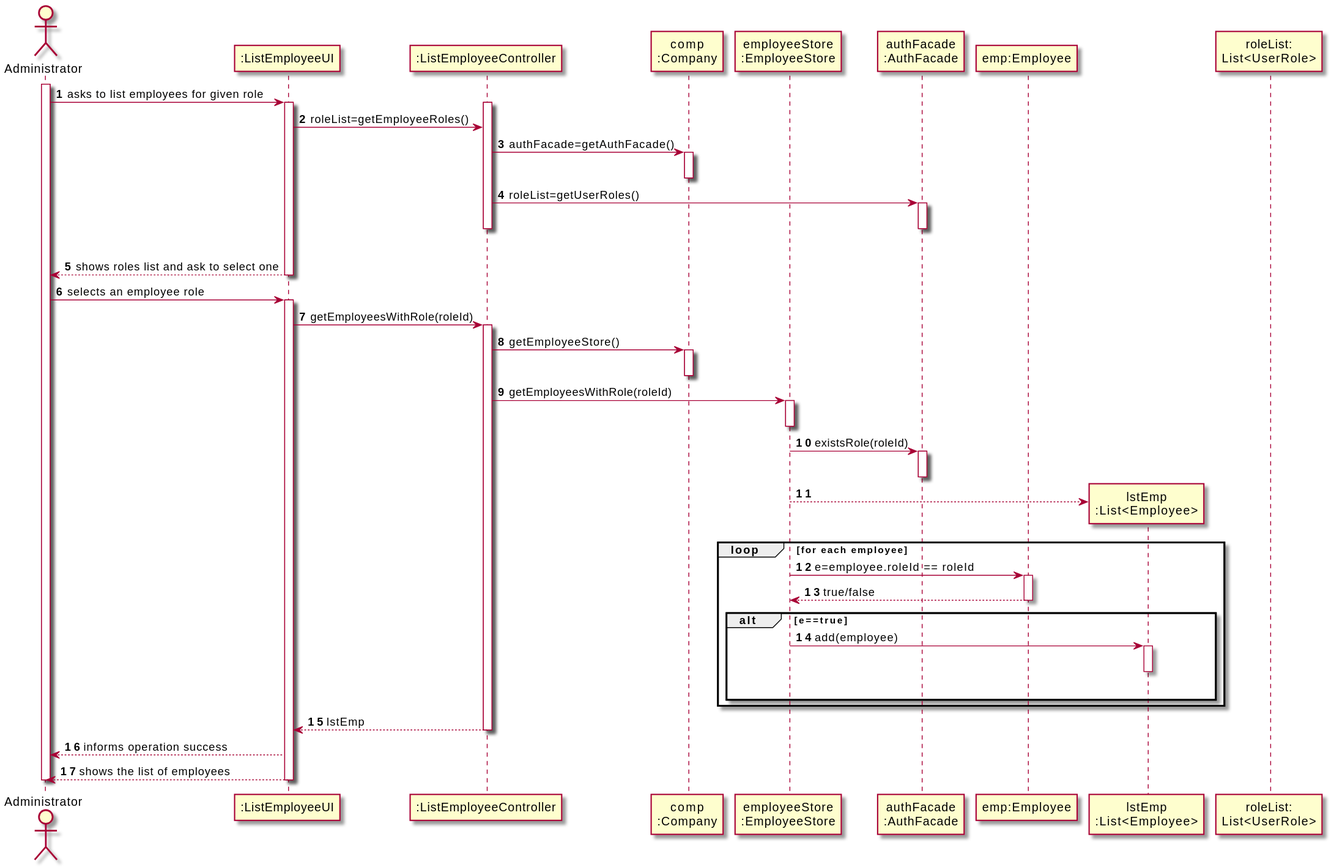
The PlantUML diagram docs/SprintB/US11/SD/US11_SD.svg in miseEnPlace-i/lapr2, before a commit.
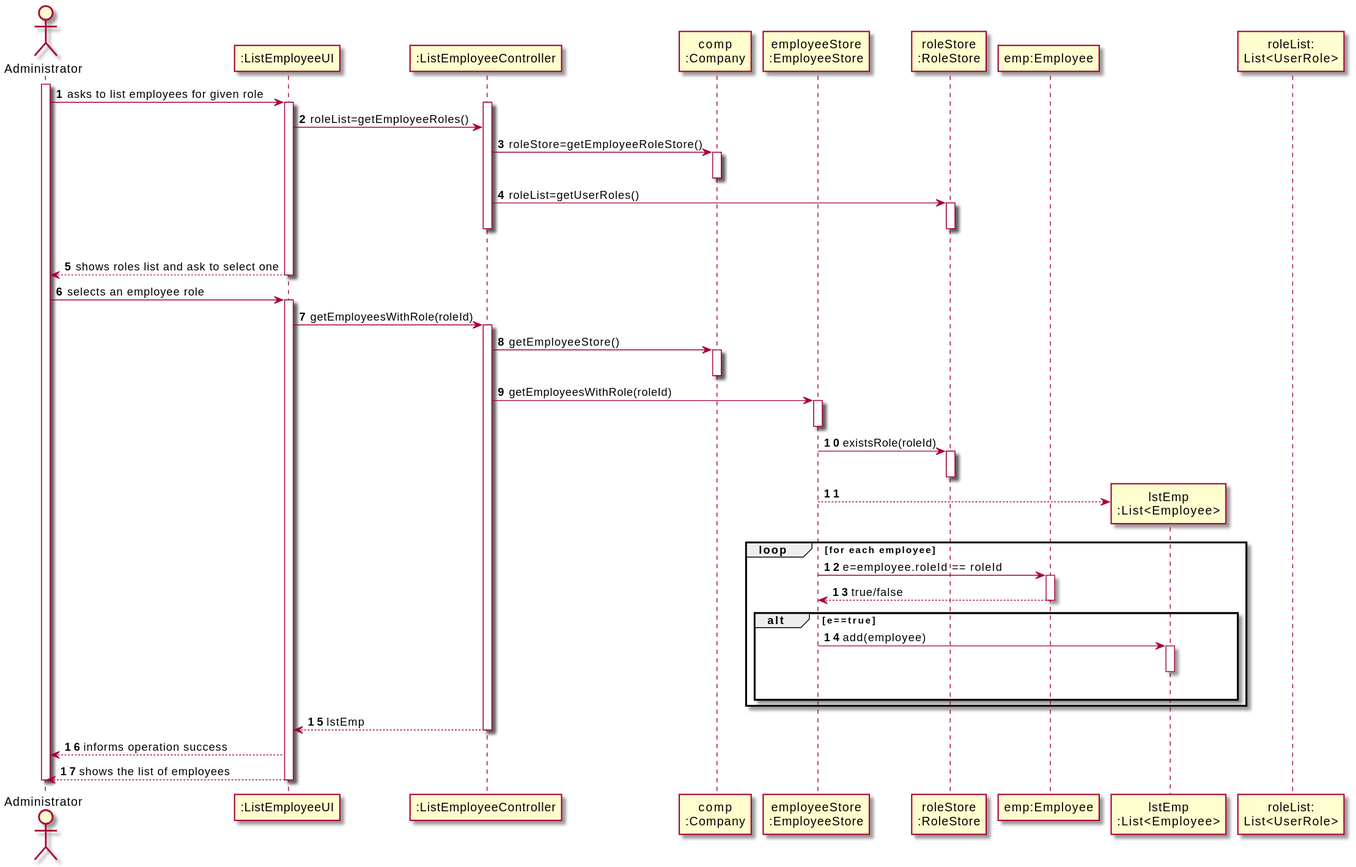
Above is the later version.

Commit message:
docs(US11): added user roles store

Diff of the diagram source:
```diff
@@ -6,7 +6,7 @@
 participant ":ListEmployeeController" as CTRL
 participant "comp\n:Company" as COMP
 participant "employeeStore\n:EmployeeStore" as EMPS
-participant "authFacade\n:AuthFacade" as AUTH
+participant "roleStore\n:RoleStore" as ROLES
 participant "emp:Employee" as EMP
 
 activate ADM
@@ -14,14 +14,14 @@
 activate UI
 activate CTRL
 UI -> CTRL : roleList=getEmployeeRoles()
-CTRL -> COMP : authFacade=getAuthFacade()
+CTRL -> COMP : roleStore=getEmployeeRoleStore()
 activate COMP
 deactivate COMP
 
-CTRL -> AUTH : roleList=getUserRoles()
-activate AUTH
+CTRL -> ROLES : roleList=getUserRoles()
+activate ROLES
 |||
-deactivate AUTH
+deactivate ROLES
 deactivate CTRL
 
 UI --> ADM : shows roles list and ask to select one
@@ -39,9 +39,9 @@
 CTRL -> EMPS: getEmployeesWithRole(roleId)
 activate EMPS
 deactivate EMPS
-EMPS -> AUTH: existsRole(roleId)
-activate AUTH
-deactivate AUTH
+EMPS -> ROLES: existsRole(roleId)
+activate ROLES
+deactivate ROLES
 create "lstEmp\n:List<Employee>" as LST
 EMPS --> LST
 
```
